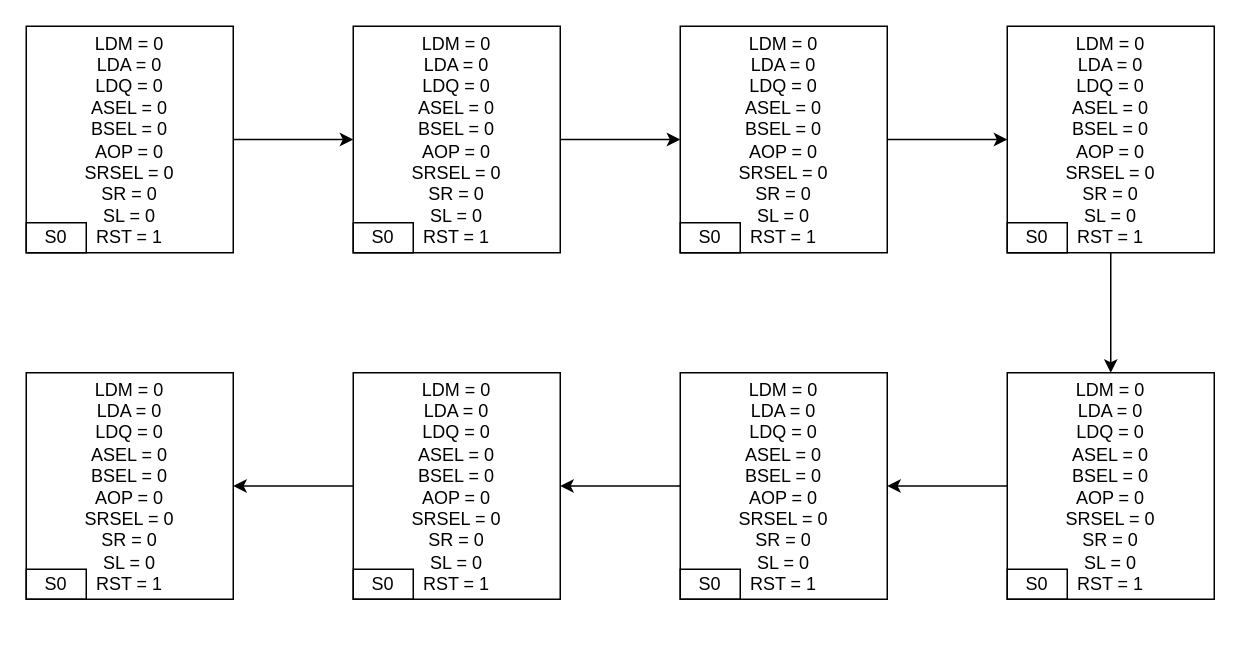
Above: module-2/state-diagram.drawio in METU-NCC-Computer-Architecture/documents (draw.io), before the change. Source tidied: cells renumbered, new cells numbered last; positions are measured from the earlier drawing's top-left corner, leaving out a move shared by most shapes. Both pictures are drawn from the tidied source at 150%, with x=0, y=0 at pixel (26, 26).
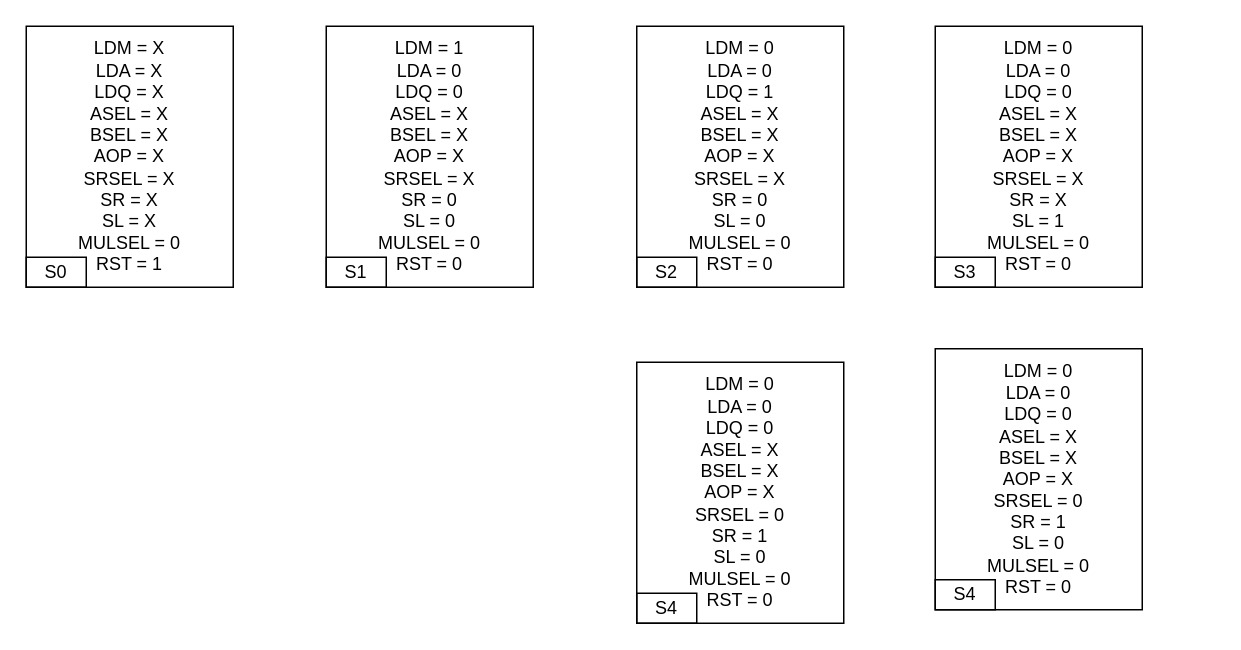
The same page after the edit.

What changed in the source:
```diff
@@
-    <mxCell id="2" style="group;" parent="1" vertex="1">
-      <mxGeometry width="694" height="382" as="geometry" />
-    </mxCell>
-    <mxCell id="3" style="edgeStyle=orthogonalEdgeStyle;rounded=0;jettySize=auto;html=1;" parent="2" edge="1" source="4" target="6">
-      <mxGeometry relative="1" as="geometry" />
-    </mxCell>
-    <mxCell id="4" value="LDM = 0&lt;br&gt;LDA = 0&lt;br&gt;LDQ = 0&lt;br&gt;ASEL = 0&lt;br&gt;BSEL = 0&lt;br&gt;AOP = 0&lt;br&gt;SRSEL = 0&lt;br&gt;SR = 0&lt;br&gt;SL = 0&lt;br&gt;RST = 1" style="rounded=0;whiteSpace=wrap;html=1;glass=0;comic=0;shadow=0;" parent="2" vertex="1">
-      <mxGeometry width="138" height="151" as="geometry" />
+    <mxCell id="4" value="LDM = X&lt;br&gt;LDA = X&lt;br&gt;LDQ = X&lt;br&gt;ASEL = X&lt;br&gt;BSEL = X&lt;br&gt;AOP = X&lt;br&gt;SRSEL = X&lt;br&gt;SR = X&lt;br&gt;SL = X&lt;br&gt;MULSEL = 0&lt;br&gt;RST = 1" style="rounded=0;whiteSpace=wrap;html=1;glass=0;comic=0;shadow=0;" parent="1" vertex="1">
+      <mxGeometry width="138" height="174" as="geometry" />
     </mxCell>
-    <mxCell id="5" style="edgeStyle=orthogonalEdgeStyle;rounded=0;jettySize=auto;html=1;" parent="2" edge="1" source="6" target="8">
-      <mxGeometry relative="1" as="geometry" />
-    </mxCell>
-    <mxCell id="6" value="LDM = 0&lt;br&gt;LDA = 0&lt;br&gt;LDQ = 0&lt;br&gt;ASEL = 0&lt;br&gt;BSEL = 0&lt;br&gt;AOP = 0&lt;br&gt;SRSEL = 0&lt;br&gt;SR = 0&lt;br&gt;SL = 0&lt;br&gt;RST = 1" style="rounded=0;whiteSpace=wrap;html=1;glass=0;comic=0;shadow=0;" parent="2" vertex="1">
-      <mxGeometry x="218" width="138" height="151" as="geometry" />
-    </mxCell>
-    <mxCell id="7" style="edgeStyle=orthogonalEdgeStyle;rounded=0;jettySize=auto;html=1;" parent="2" edge="1" source="8" target="10">
-      <mxGeometry relative="1" as="geometry" />
-    </mxCell>
-    <mxCell id="8" value="LDM = 0&lt;br&gt;LDA = 0&lt;br&gt;LDQ = 0&lt;br&gt;ASEL = 0&lt;br&gt;BSEL = 0&lt;br&gt;AOP = 0&lt;br&gt;SRSEL = 0&lt;br&gt;SR = 0&lt;br&gt;SL = 0&lt;br&gt;RST = 1" style="rounded=0;whiteSpace=wrap;html=1;glass=0;comic=0;shadow=0;" parent="2" vertex="1">
-      <mxGeometry x="436" width="138" height="151" as="geometry" />
-    </mxCell>
-    <mxCell id="9" style="edgeStyle=orthogonalEdgeStyle;rounded=0;jettySize=auto;html=1;" parent="2" edge="1" source="10" target="12">
-      <mxGeometry relative="1" as="geometry" />
-    </mxCell>
-    <mxCell id="10" value="LDM = 0&lt;br&gt;LDA = 0&lt;br&gt;LDQ = 0&lt;br&gt;ASEL = 0&lt;br&gt;BSEL = 0&lt;br&gt;AOP = 0&lt;br&gt;SRSEL = 0&lt;br&gt;SR = 0&lt;br&gt;SL = 0&lt;br&gt;RST = 1" style="rounded=0;whiteSpace=wrap;html=1;glass=0;comic=0;shadow=0;" parent="2" vertex="1">
-      <mxGeometry x="654" width="138" height="151" as="geometry" />
-    </mxCell>
-    <mxCell id="11" style="edgeStyle=orthogonalEdgeStyle;rounded=0;jettySize=auto;html=1;" parent="2" edge="1" source="12" target="14">
-      <mxGeometry relative="1" as="geometry" />
-    </mxCell>
-    <mxCell id="12" value="LDM = 0&lt;br&gt;LDA = 0&lt;br&gt;LDQ = 0&lt;br&gt;ASEL = 0&lt;br&gt;BSEL = 0&lt;br&gt;AOP = 0&lt;br&gt;SRSEL = 0&lt;br&gt;SR = 0&lt;br&gt;SL = 0&lt;br&gt;RST = 1" style="rounded=0;whiteSpace=wrap;html=1;glass=0;comic=0;shadow=0;" parent="2" vertex="1">
-      <mxGeometry x="654" y="231" width="138" height="151" as="geometry" />
-    </mxCell>
-    <mxCell id="13" style="edgeStyle=orthogonalEdgeStyle;rounded=0;jettySize=auto;html=1;" parent="2" edge="1" source="14" target="16">
-      <mxGeometry relative="1" as="geometry" />
-    </mxCell>
-    <mxCell id="14" value="LDM = 0&lt;br&gt;LDA = 0&lt;br&gt;LDQ = 0&lt;br&gt;ASEL = 0&lt;br&gt;BSEL = 0&lt;br&gt;AOP = 0&lt;br&gt;SRSEL = 0&lt;br&gt;SR = 0&lt;br&gt;SL = 0&lt;br&gt;RST = 1" style="rounded=0;whiteSpace=wrap;html=1;glass=0;comic=0;shadow=0;" parent="2" vertex="1">
-      <mxGeometry x="436" y="231" width="138" height="151" as="geometry" />
-    </mxCell>
-    <mxCell id="15" style="edgeStyle=orthogonalEdgeStyle;rounded=0;jettySize=auto;html=1;" parent="2" edge="1" source="16" target="17">
-      <mxGeometry relative="1" as="geometry" />
-    </mxCell>
-    <mxCell id="16" value="LDM = 0&lt;br&gt;LDA = 0&lt;br&gt;LDQ = 0&lt;br&gt;ASEL = 0&lt;br&gt;BSEL = 0&lt;br&gt;AOP = 0&lt;br&gt;SRSEL = 0&lt;br&gt;SR = 0&lt;br&gt;SL = 0&lt;br&gt;RST = 1" style="rounded=0;whiteSpace=wrap;html=1;glass=0;comic=0;shadow=0;" parent="2" vertex="1">
-      <mxGeometry x="218" y="231" width="138" height="151" as="geometry" />
-    </mxCell>
-    <mxCell id="17" value="LDM = 0&lt;br&gt;LDA = 0&lt;br&gt;LDQ = 0&lt;br&gt;ASEL = 0&lt;br&gt;BSEL = 0&lt;br&gt;AOP = 0&lt;br&gt;SRSEL = 0&lt;br&gt;SR = 0&lt;br&gt;SL = 0&lt;br&gt;RST = 1" style="rounded=0;whiteSpace=wrap;html=1;glass=0;comic=0;shadow=0;" parent="2" vertex="1">
-      <mxGeometry y="231" width="138" height="151" as="geometry" />
-    </mxCell>
-    <mxCell id="18" value="S0" style="text;html=1;strokeColor=#000000;fillColor=none;align=center;verticalAlign=middle;whiteSpace=wrap;rounded=0;shadow=0;glass=0;comic=0;" parent="2" vertex="1">
-      <mxGeometry y="131" width="40" height="20" as="geometry" />
+    <mxCell id="18" value="S0" style="text;html=1;strokeColor=#000000;fillColor=none;align=center;verticalAlign=middle;whiteSpace=wrap;rounded=0;shadow=0;glass=0;comic=0;" parent="1" vertex="1">
+      <mxGeometry y="154" width="40" height="20" as="geometry" />
     </mxCell>
-    <mxCell id="19" value="S0" style="text;html=1;strokeColor=#000000;fillColor=none;align=center;verticalAlign=middle;whiteSpace=wrap;rounded=0;shadow=0;glass=0;comic=0;" parent="2" vertex="1">
-      <mxGeometry x="218" y="131" width="40" height="20" as="geometry" />
-    </mxCell>
-    <mxCell id="20" value="S0" style="text;html=1;strokeColor=#000000;fillColor=none;align=center;verticalAlign=middle;whiteSpace=wrap;rounded=0;shadow=0;glass=0;comic=0;" parent="2" vertex="1">
-      <mxGeometry x="436" y="131" width="40" height="20" as="geometry" />
-    </mxCell>
-    <mxCell id="21" value="S0" style="text;html=1;strokeColor=#000000;fillColor=none;align=center;verticalAlign=middle;whiteSpace=wrap;rounded=0;shadow=0;glass=0;comic=0;" parent="2" vertex="1">
-      <mxGeometry x="654" y="131" width="40" height="20" as="geometry" />
-    </mxCell>
-    <mxCell id="22" value="S0" style="text;html=1;strokeColor=#000000;fillColor=none;align=center;verticalAlign=middle;whiteSpace=wrap;rounded=0;shadow=0;glass=0;comic=0;" parent="2" vertex="1">
-      <mxGeometry x="654" y="362" width="40" height="20" as="geometry" />
-    </mxCell>
-    <mxCell id="23" value="S0" style="text;html=1;strokeColor=#000000;fillColor=none;align=center;verticalAlign=middle;whiteSpace=wrap;rounded=0;shadow=0;glass=0;comic=0;" parent="2" vertex="1">
-      <mxGeometry x="436" y="362" width="40" height="20" as="geometry" />
-    </mxCell>
-    <mxCell id="24" value="S0" style="text;html=1;strokeColor=#000000;fillColor=none;align=center;verticalAlign=middle;whiteSpace=wrap;rounded=0;shadow=0;glass=0;comic=0;" parent="2" vertex="1">
-      <mxGeometry x="218" y="362" width="40" height="20" as="geometry" />
-    </mxCell>
-    <mxCell id="25" value="S0" style="text;html=1;strokeColor=#000000;fillColor=none;align=center;verticalAlign=middle;whiteSpace=wrap;rounded=0;shadow=0;glass=0;comic=0;" parent="2" vertex="1">
-      <mxGeometry y="362" width="40" height="20" as="geometry" />
-    </mxCell>
+    <mxCell id="26" value="LDM = 1&lt;br&gt;LDA = 0&lt;br&gt;LDQ = 0&lt;br&gt;ASEL = X&lt;br&gt;BSEL = X&lt;br&gt;AOP = X&lt;br&gt;SRSEL = X&lt;br&gt;SR = 0&lt;br&gt;SL = 0&lt;br&gt;MULSEL = 0&lt;br&gt;RST = 0" style="rounded=0;whiteSpace=wrap;html=1;glass=0;comic=0;shadow=0;" parent="1" vertex="1">
+      <mxGeometry x="200" width="138" height="174" as="geometry" />
+    </mxCell>
+    <mxCell id="27" value="S1" style="text;html=1;strokeColor=#000000;fillColor=none;align=center;verticalAlign=middle;whiteSpace=wrap;rounded=0;shadow=0;glass=0;comic=0;" parent="1" vertex="1">
+      <mxGeometry x="200" y="154" width="40" height="20" as="geometry" />
+    </mxCell>
+    <mxCell id="28" value="LDM = 0&lt;br&gt;LDA = 0&lt;br&gt;LDQ = 1&lt;br&gt;ASEL = X&lt;br&gt;BSEL = X&lt;br&gt;AOP = X&lt;br&gt;SRSEL = X&lt;br&gt;SR = 0&lt;br&gt;SL = 0&lt;br&gt;MULSEL = 0&lt;br&gt;RST = 0" style="rounded=0;whiteSpace=wrap;html=1;glass=0;comic=0;shadow=0;" parent="1" vertex="1">
+      <mxGeometry x="407" width="138" height="174" as="geometry" />
+    </mxCell>
+    <mxCell id="29" value="S2" style="text;html=1;strokeColor=#000000;fillColor=none;align=center;verticalAlign=middle;whiteSpace=wrap;rounded=0;shadow=0;glass=0;comic=0;" parent="1" vertex="1">
+      <mxGeometry x="407" y="154" width="40" height="20" as="geometry" />
+    </mxCell>
+    <mxCell id="30" value="LDM = 0&lt;br&gt;LDA = 0&lt;br&gt;LDQ = 0&lt;br&gt;ASEL = X&lt;br&gt;BSEL = X&lt;br&gt;AOP = X&lt;br&gt;SRSEL = X&lt;br&gt;SR = X&lt;br&gt;SL = 1&lt;br&gt;MULSEL = 0&lt;br&gt;RST = 0" style="rounded=0;whiteSpace=wrap;html=1;glass=0;comic=0;shadow=0;" parent="1" vertex="1">
+      <mxGeometry x="606" width="138" height="174" as="geometry" />
+    </mxCell>
+    <mxCell id="31" value="S3" style="text;html=1;strokeColor=#000000;fillColor=none;align=center;verticalAlign=middle;whiteSpace=wrap;rounded=0;shadow=0;glass=0;comic=0;" parent="1" vertex="1">
+      <mxGeometry x="606" y="154" width="40" height="20" as="geometry" />
+    </mxCell>
+    <mxCell id="32" value="LDM = 0&lt;br&gt;LDA = 0&lt;br&gt;LDQ = 0&lt;br&gt;ASEL = X&lt;br&gt;BSEL = X&lt;br&gt;AOP = X&lt;br&gt;SRSEL = 0&lt;br&gt;SR = 1&lt;br&gt;SL = 0&lt;br&gt;MULSEL = 0&lt;br&gt;RST = 0" style="rounded=0;whiteSpace=wrap;html=1;glass=0;comic=0;shadow=0;" parent="1" vertex="1">
+      <mxGeometry x="606" y="215" width="138" height="174" as="geometry" />
+    </mxCell>
+    <mxCell id="33" value="S4" style="text;html=1;strokeColor=#000000;fillColor=none;align=center;verticalAlign=middle;whiteSpace=wrap;rounded=0;shadow=0;glass=0;comic=0;" parent="1" vertex="1">
+      <mxGeometry x="606" y="369" width="40" height="20" as="geometry" />
+    </mxCell>
+    <mxCell id="34" value="LDM = 0&lt;br&gt;LDA = 0&lt;br&gt;LDQ = 0&lt;br&gt;ASEL = X&lt;br&gt;BSEL = X&lt;br&gt;AOP = X&lt;br&gt;SRSEL = 0&lt;br&gt;SR = 1&lt;br&gt;SL = 0&lt;br&gt;MULSEL = 0&lt;br&gt;RST = 0" style="rounded=0;whiteSpace=wrap;html=1;glass=0;comic=0;shadow=0;" parent="1" vertex="1">
+      <mxGeometry x="407" y="224" width="138" height="174" as="geometry" />
+    </mxCell>
+    <mxCell id="35" value="S4" style="text;html=1;strokeColor=#000000;fillColor=none;align=center;verticalAlign=middle;whiteSpace=wrap;rounded=0;shadow=0;glass=0;comic=0;" parent="1" vertex="1">
+      <mxGeometry x="407" y="378" width="40" height="20" as="geometry" />
+    </mxCell>
```
